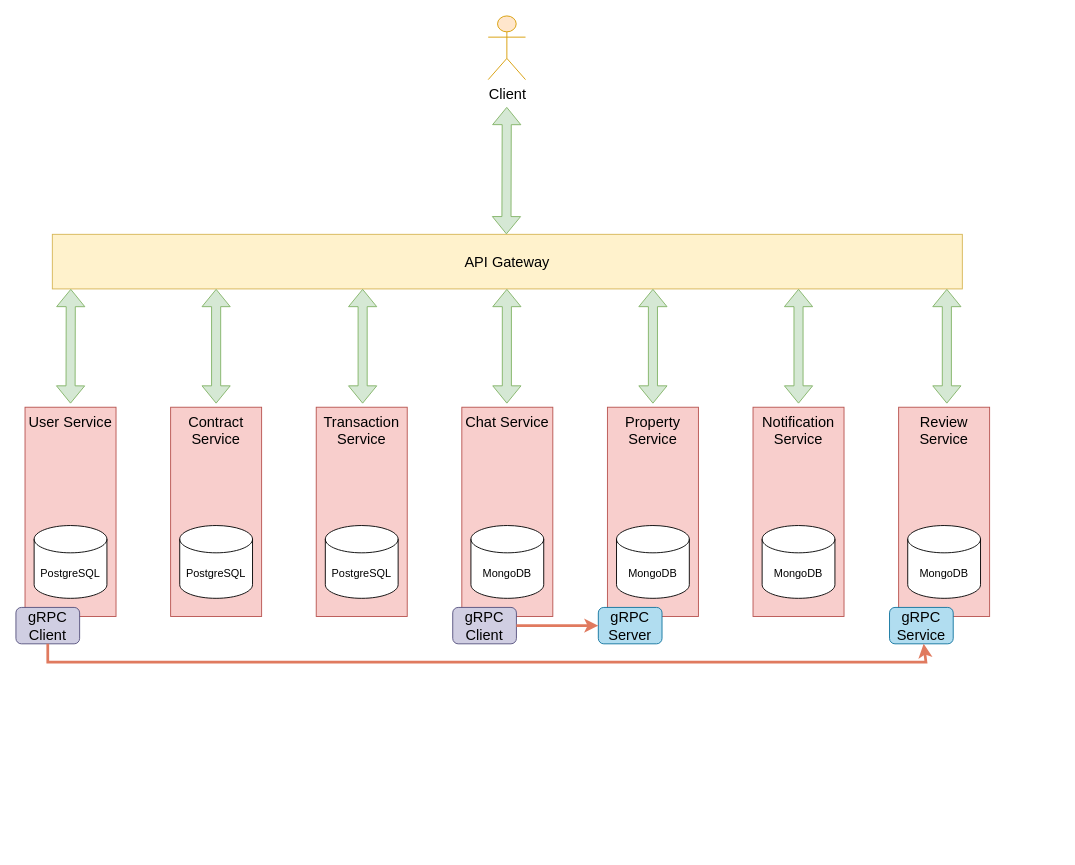
Before: KLTN_Architecture.drawio in thaoanhhaa1/kltn-backend, a draw.io diagram. Source tidied: cells renumbered, new cells numbered last; positions are measured from the earlier drawing's top-left corner, leaving out a move shared by most shapes. Both pictures are drawn from the tidied source at 91%, with x=0, y=0 at pixel (15, 15). Pictures stored in the file or linked from it are replaced by grey dashed boxes.
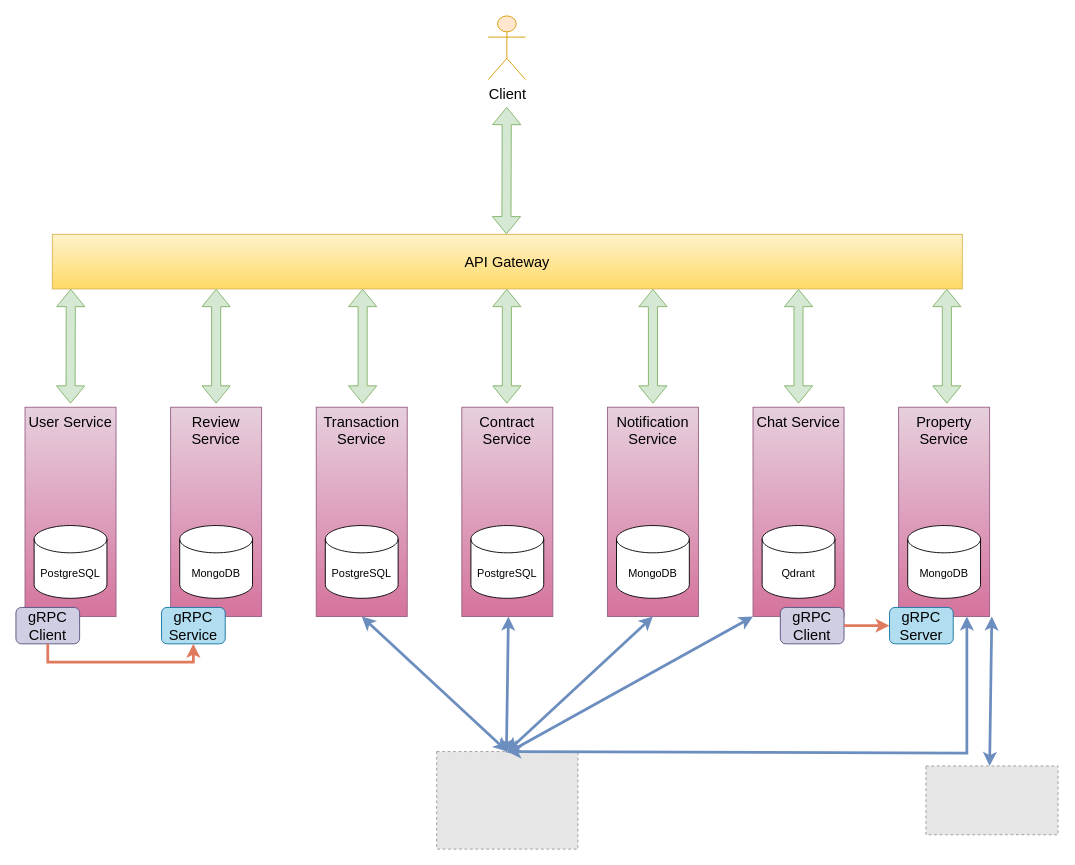
After the change.

Unchanged cells that the change refers to:
```xml
<mxCell id="30" value="gRPC Client" style="rounded=1;whiteSpace=wrap;html=1;strokeColor=#56517e;fillColor=#d0cee2;fontSize=16;" parent="1" vertex="1">
  <mxGeometry y="650" width="70" height="40" as="geometry" />
</mxCell>
```

Change to the diagram source:
```diff
@@
-    <mxCell id="3" value="API Gateway" style="rounded=0;whiteSpace=wrap;html=1;fontSize=16;labelBackgroundColor=none;fillColor=#fff2cc;strokeColor=#d6b656;" parent="1" vertex="1">
+    <mxCell id="3" value="API Gateway" style="rounded=0;whiteSpace=wrap;html=1;fontSize=16;labelBackgroundColor=none;fillColor=#fff2cc;strokeColor=#d6b656;gradientColor=#ffd966;" parent="1" vertex="1">
       <mxGeometry x="40" y="240" width="1000" height="60" as="geometry" />
     </mxCell>
@@
-    <mxCell id="12" value="User Service" style="rounded=0;whiteSpace=wrap;html=1;strokeColor=#b85450;fillColor=#f8cecc;fontSize=16;horizontal=1;verticalAlign=top;" parent="1" vertex="1">
+    <mxCell id="12" value="User Service" style="rounded=0;whiteSpace=wrap;html=1;strokeColor=#996185;fillColor=#e6d0de;fontSize=16;horizontal=1;verticalAlign=top;gradientColor=#d5739d;" parent="1" vertex="1">
       <mxGeometry x="10" y="430" width="100" height="230" as="geometry" />
     </mxCell>
@@
-    <mxCell id="14" value="Contract Service" style="rounded=0;whiteSpace=wrap;html=1;strokeColor=#b85450;fillColor=#f8cecc;fontSize=16;horizontal=1;verticalAlign=top;" parent="1" vertex="1">
-      <mxGeometry x="170" y="430" width="100" height="230" as="geometry" />
+    <mxCell id="14" value="Contract Service" style="rounded=0;whiteSpace=wrap;html=1;strokeColor=#996185;fillColor=#e6d0de;fontSize=16;horizontal=1;verticalAlign=top;gradientColor=#d5739d;" parent="1" vertex="1">
+      <mxGeometry x="490" y="430" width="100" height="230" as="geometry" />
     </mxCell>
-    <mxCell id="15" value="Transaction Service" style="rounded=0;whiteSpace=wrap;html=1;strokeColor=#b85450;fillColor=#f8cecc;fontSize=16;horizontal=1;verticalAlign=top;" parent="1" vertex="1">
+    <mxCell id="15" value="Transaction Service" style="rounded=0;whiteSpace=wrap;html=1;strokeColor=#996185;fillColor=#e6d0de;fontSize=16;horizontal=1;verticalAlign=top;gradientColor=#d5739d;" parent="1" vertex="1">
       <mxGeometry x="330" y="430" width="100" height="230" as="geometry" />
     </mxCell>
-    <mxCell id="16" value="Chat Service" style="rounded=0;whiteSpace=wrap;html=1;strokeColor=#b85450;fillColor=#f8cecc;fontSize=16;horizontal=1;verticalAlign=top;" parent="1" vertex="1">
-      <mxGeometry x="490" y="430" width="100" height="230" as="geometry" />
+    <mxCell id="16" value="Chat Service" style="rounded=0;whiteSpace=wrap;html=1;strokeColor=#996185;fillColor=#e6d0de;fontSize=16;horizontal=1;verticalAlign=top;gradientColor=#d5739d;" parent="1" vertex="1">
+      <mxGeometry x="810" y="430" width="100" height="230" as="geometry" />
     </mxCell>
-    <mxCell id="17" value="Property Service" style="rounded=0;whiteSpace=wrap;html=1;strokeColor=#b85450;fillColor=#f8cecc;fontSize=16;horizontal=1;verticalAlign=top;" parent="1" vertex="1">
-      <mxGeometry x="650" y="430" width="100" height="230" as="geometry" />
+    <mxCell id="17" value="Property Service" style="rounded=0;whiteSpace=wrap;html=1;strokeColor=#996185;fillColor=#e6d0de;fontSize=16;horizontal=1;verticalAlign=top;gradientColor=#d5739d;" parent="1" vertex="1">
+      <mxGeometry x="970" y="430" width="100" height="230" as="geometry" />
     </mxCell>
-    <mxCell id="18" value="Notification Service" style="rounded=0;whiteSpace=wrap;html=1;strokeColor=#b85450;fillColor=#f8cecc;fontSize=16;horizontal=1;verticalAlign=top;" parent="1" vertex="1">
-      <mxGeometry x="810" y="430" width="100" height="230" as="geometry" />
+    <mxCell id="18" value="Notification Service" style="rounded=0;whiteSpace=wrap;html=1;strokeColor=#996185;fillColor=#e6d0de;fontSize=16;horizontal=1;verticalAlign=top;gradientColor=#d5739d;" parent="1" vertex="1">
+      <mxGeometry x="650" y="430" width="100" height="230" as="geometry" />
     </mxCell>
-    <mxCell id="19" value="Review Service" style="rounded=0;whiteSpace=wrap;html=1;strokeColor=#b85450;fillColor=#f8cecc;fontSize=16;horizontal=1;verticalAlign=top;" parent="1" vertex="1">
-      <mxGeometry x="970" y="430" width="100" height="230" as="geometry" />
+    <mxCell id="19" value="Review Service" style="rounded=0;whiteSpace=wrap;html=1;strokeColor=#996185;fillColor=#e6d0de;fontSize=16;horizontal=1;verticalAlign=top;gradientColor=#d5739d;" parent="1" vertex="1">
+      <mxGeometry x="170" y="430" width="100" height="230" as="geometry" />
     </mxCell>
     <mxCell id="20" value="PostgreSQL" style="shape=cylinder3;whiteSpace=wrap;html=1;boundedLbl=1;backgroundOutline=1;size=15;" parent="1" vertex="1">
-      <mxGeometry x="180" y="560" width="80" height="80" as="geometry" />
+      <mxGeometry x="500" y="560" width="80" height="80" as="geometry" />
     </mxCell>
@@
-    <mxCell id="22" value="MongoDB" style="shape=cylinder3;whiteSpace=wrap;html=1;boundedLbl=1;backgroundOutline=1;size=15;" parent="1" vertex="1">
-      <mxGeometry x="500" y="560" width="80" height="80" as="geometry" />
+    <mxCell id="22" value="Qdrant" style="shape=cylinder3;whiteSpace=wrap;html=1;boundedLbl=1;backgroundOutline=1;size=15;" parent="1" vertex="1">
+      <mxGeometry x="820" y="560" width="80" height="80" as="geometry" />
     </mxCell>
     <mxCell id="23" value="MongoDB" style="shape=cylinder3;whiteSpace=wrap;html=1;boundedLbl=1;backgroundOutline=1;size=15;" parent="1" vertex="1">
-      <mxGeometry x="660" y="560" width="80" height="80" as="geometry" />
+      <mxGeometry x="980" y="560" width="80" height="80" as="geometry" />
     </mxCell>
     <mxCell id="24" value="MongoDB" style="shape=cylinder3;whiteSpace=wrap;html=1;boundedLbl=1;backgroundOutline=1;size=15;" parent="1" vertex="1">
-      <mxGeometry x="820" y="560" width="80" height="80" as="geometry" />
+      <mxGeometry x="660" y="560" width="80" height="80" as="geometry" />
     </mxCell>
     <mxCell id="25" value="MongoDB" style="shape=cylinder3;whiteSpace=wrap;html=1;boundedLbl=1;backgroundOutline=1;size=15;" parent="1" vertex="1">
-      <mxGeometry x="980" y="560" width="80" height="80" as="geometry" />
+      <mxGeometry x="180" y="560" width="80" height="80" as="geometry" />
     </mxCell>
     <mxCell id="26" value="gRPC Client" style="rounded=1;whiteSpace=wrap;html=1;strokeColor=#56517e;fillColor=#d0cee2;fontSize=16;" parent="1" vertex="1">
-      <mxGeometry x="480" y="650" width="70" height="40" as="geometry" />
+      <mxGeometry x="840" y="650" width="70" height="40" as="geometry" />
     </mxCell>
     <mxCell id="27" value="gRPC Server" style="rounded=1;whiteSpace=wrap;html=1;strokeColor=#10739e;fillColor=#b1ddf0;fontSize=16;" parent="1" vertex="1">
-      <mxGeometry x="640" y="650" width="70" height="40" as="geometry" />
+      <mxGeometry x="960" y="650" width="70" height="40" as="geometry" />
     </mxCell>
@@
     <mxCell id="29" value="gRPC Service" style="rounded=1;whiteSpace=wrap;html=1;strokeColor=#10739e;fillColor=#b1ddf0;fontSize=16;" parent="1" vertex="1">
-      <mxGeometry x="960" y="650" width="70" height="40" as="geometry" />
+      <mxGeometry x="160" y="650" width="70" height="40" as="geometry" />
     </mxCell>
@@
-    <mxCell id="31" style="endArrow=classic;html=1;rounded=0;strokeColor=#E07A5F;fontColor=#393C56;fillColor=#F2CC8F;entryX=0.5;entryY=1;entryDx=0;entryDy=0;exitX=0.5;exitY=1;exitDx=0;exitDy=0;strokeWidth=3;" parent="1" edge="1" source="30">
+    <mxCell id="31" style="endArrow=classic;html=1;rounded=0;strokeColor=#E07A5F;fontColor=#393C56;fillColor=#F2CC8F;entryX=0.5;entryY=1;entryDx=0;entryDy=0;exitX=0.5;exitY=1;exitDx=0;exitDy=0;strokeWidth=3;" parent="1" edge="1" source="30" target="29">
       <mxGeometry relative="1" as="geometry">
-        <mxPoint x="997.5" y="690" as="targetPoint" />
         <Array as="points">
           <mxPoint x="35" y="710" />
-          <mxPoint x="1000" y="710" />
+          <mxPoint x="195" y="710" />
         </Array>
       </mxGeometry>
     </mxCell>
+    <mxCell id="32" style="fillColor=#E6E6E6;strokeColor=#999999;dashed=1;verticalLabelPosition=bottom;labelBackgroundColor=default;verticalAlign=top;" parent="1" vertex="1">
+      <mxGeometry x="462.4" y="808.4" width="155.2" height="107.2" as="geometry" />
+    </mxCell>
+    <mxCell id="33" style="fillColor=#E6E6E6;strokeColor=#999999;dashed=1;verticalLabelPosition=bottom;labelBackgroundColor=default;verticalAlign=top;" parent="1" vertex="1">
+      <mxGeometry x="1000" y="824.2" width="145.2" height="75.6" as="geometry" />
+    </mxCell>
+    <mxCell id="34" style="endArrow=classic;startArrow=classic;html=1;rounded=0;strokeWidth=3;fillColor=#dae8fc;strokeColor=#6c8ebf;entryX=0.75;entryY=1;entryDx=0;entryDy=0;exitX=0.5;exitY=0;exitDx=0;exitDy=0;" parent="1" edge="1">
+      <mxGeometry relative="1" as="geometry">
+        <mxPoint x="1070" y="824.2" as="sourcePoint" />
+        <mxPoint x="1072.4" y="660" as="targetPoint" />
+      </mxGeometry>
+    </mxCell>
+    <mxCell id="35" style="endArrow=classic;startArrow=classic;html=1;rounded=0;strokeWidth=3;fillColor=#dae8fc;strokeColor=#6c8ebf;exitX=0.5;exitY=0;exitDx=0;exitDy=0;entryX=0.75;entryY=1;entryDx=0;entryDy=0;" parent="1" edge="1" source="32" target="17">
+      <mxGeometry relative="1" as="geometry">
+        <Array as="points">
+          <mxPoint x="1045" y="810" />
+        </Array>
+      </mxGeometry>
+    </mxCell>
+    <mxCell id="36" style="endArrow=classic;startArrow=classic;html=1;rounded=0;strokeWidth=3;fillColor=#dae8fc;strokeColor=#6c8ebf;entryX=0.75;entryY=1;entryDx=0;entryDy=0;" parent="1" edge="1">
+      <mxGeometry relative="1" as="geometry">
+        <mxPoint x="539" y="810" as="sourcePoint" />
+        <mxPoint x="541.2" y="660" as="targetPoint" />
+      </mxGeometry>
+    </mxCell>
+    <mxCell id="37" style="endArrow=classic;startArrow=classic;html=1;rounded=0;strokeWidth=3;fillColor=#dae8fc;strokeColor=#6c8ebf;entryX=0.5;entryY=1;entryDx=0;entryDy=0;exitX=0.5;exitY=0;exitDx=0;exitDy=0;" parent="1" edge="1" source="32" target="18">
+      <mxGeometry relative="1" as="geometry" />
+    </mxCell>
+    <mxCell id="38" style="endArrow=classic;startArrow=classic;html=1;rounded=0;strokeWidth=3;fillColor=#dae8fc;strokeColor=#6c8ebf;entryX=0.5;entryY=1;entryDx=0;entryDy=0;exitX=0.5;exitY=0;exitDx=0;exitDy=0;" parent="1" edge="1" source="32" target="15">
+      <mxGeometry relative="1" as="geometry" />
+    </mxCell>
+    <mxCell id="39" style="endArrow=classic;startArrow=classic;html=1;rounded=0;strokeWidth=3;fillColor=#dae8fc;strokeColor=#6c8ebf;entryX=0;entryY=1;entryDx=0;entryDy=0;" parent="1" edge="1" target="16">
+      <mxGeometry relative="1" as="geometry">
+        <mxPoint x="540" y="810" as="sourcePoint" />
+      </mxGeometry>
+    </mxCell>
```
